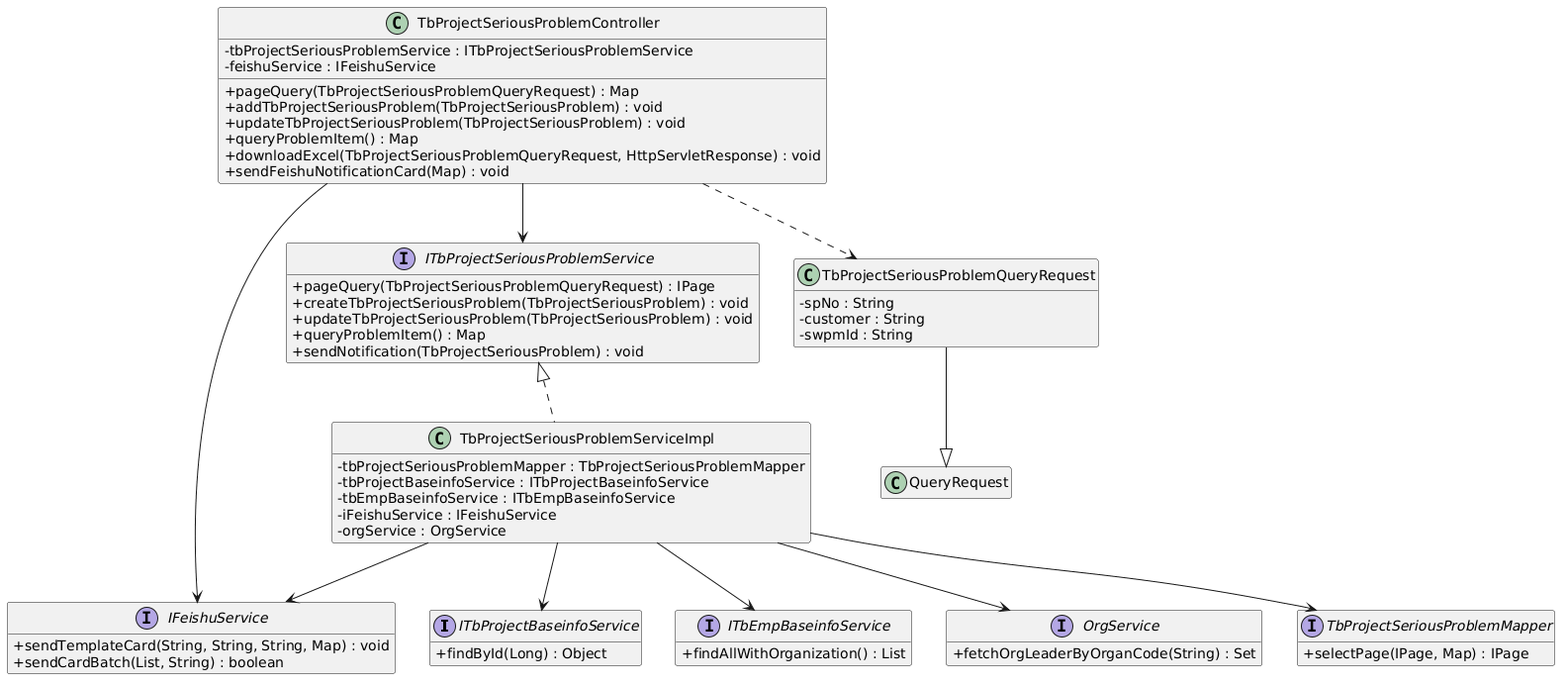
Above: imgs/cLass/重大问题管理类图.png in Moon-Knight1/SEU-Graduation-Thesis-Template (PlantUML), before the change.
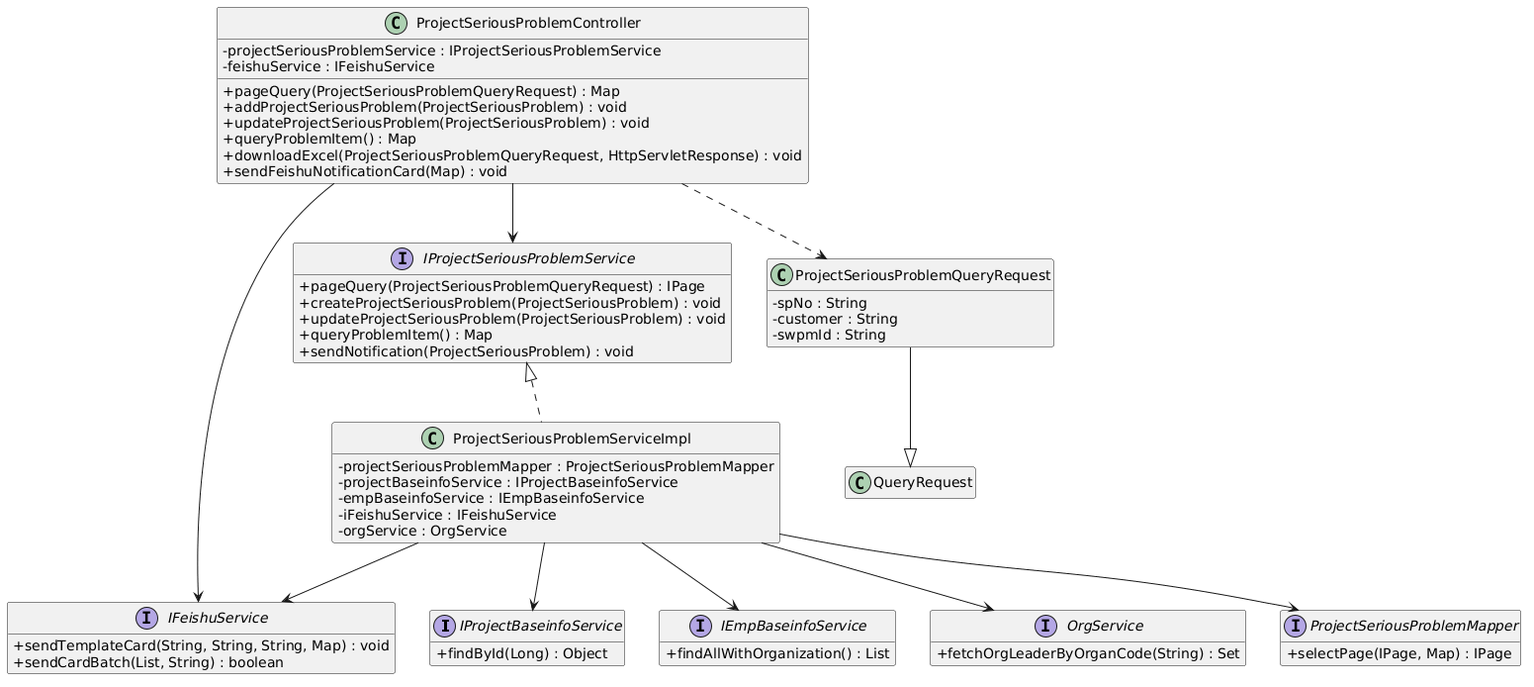
Above is the later version.

Diff of the diagram source:
```diff
@@ -2,11 +2,11 @@
 skinparam classAttributeIconSize 0
 hide empty members
 
-interface ITbProjectBaseinfoService {
+interface IProjectBaseinfoService {
   + findById(Long) : Object
 }
 
-interface ITbEmpBaseinfoService {
+interface IEmpBaseinfoService {
     + findAllWithOrganization() : List
 }
 
@@ -19,56 +19,56 @@
     + sendCardBatch(List, String) : boolean
 }
 
-interface ITbProjectSeriousProblemService {
-    + pageQuery(TbProjectSeriousProblemQueryRequest) : IPage
-    + createTbProjectSeriousProblem(TbProjectSeriousProblem) : void
-    + updateTbProjectSeriousProblem(TbProjectSeriousProblem) : void
+interface IProjectSeriousProblemService {
+    + pageQuery(ProjectSeriousProblemQueryRequest) : IPage
+    + createProjectSeriousProblem(ProjectSeriousProblem) : void
+    + updateProjectSeriousProblem(ProjectSeriousProblem) : void
     + queryProblemItem() : Map
-    + sendNotification(TbProjectSeriousProblem) : void
+    + sendNotification(ProjectSeriousProblem) : void
 }
 
-interface TbProjectSeriousProblemMapper {
+interface ProjectSeriousProblemMapper {
   + selectPage(IPage, Map) : IPage
 }
 
-class TbProjectSeriousProblemController {
-    - tbProjectSeriousProblemService : ITbProjectSeriousProblemService
+class ProjectSeriousProblemController {
+    - projectSeriousProblemService : IProjectSeriousProblemService
     - feishuService : IFeishuService
-    + pageQuery(TbProjectSeriousProblemQueryRequest) : Map
-    + addTbProjectSeriousProblem(TbProjectSeriousProblem) : void
-    + updateTbProjectSeriousProblem(TbProjectSeriousProblem) : void
+    + pageQuery(ProjectSeriousProblemQueryRequest) : Map
+    + addProjectSeriousProblem(ProjectSeriousProblem) : void
+    + updateProjectSeriousProblem(ProjectSeriousProblem) : void
     + queryProblemItem() : Map
-    + downloadExcel(TbProjectSeriousProblemQueryRequest, HttpServletResponse) : void
+    + downloadExcel(ProjectSeriousProblemQueryRequest, HttpServletResponse) : void
     + sendFeishuNotificationCard(Map) : void
 }
 
-class TbProjectSeriousProblemServiceImpl {
-    - tbProjectSeriousProblemMapper : TbProjectSeriousProblemMapper
-    - tbProjectBaseinfoService : ITbProjectBaseinfoService
-    - tbEmpBaseinfoService : ITbEmpBaseinfoService
+class ProjectSeriousProblemServiceImpl {
+    - projectSeriousProblemMapper : ProjectSeriousProblemMapper
+    - projectBaseinfoService : IProjectBaseinfoService
+    - empBaseinfoService : IEmpBaseinfoService
     - iFeishuService : IFeishuService
     - orgService : OrgService
 }
 
 class QueryRequest {}
 
-class TbProjectSeriousProblemQueryRequest {
+class ProjectSeriousProblemQueryRequest {
     - spNo : String
     - customer : String
     - swpmId : String
 }
 
-TbProjectSeriousProblemQueryRequest --|> QueryRequest
+ProjectSeriousProblemQueryRequest --|> QueryRequest
 
-TbProjectSeriousProblemController --> ITbProjectSeriousProblemService
-TbProjectSeriousProblemController --> IFeishuService
-TbProjectSeriousProblemController ..> TbProjectSeriousProblemQueryRequest
+ProjectSeriousProblemController --> IProjectSeriousProblemService
+ProjectSeriousProblemController --> IFeishuService
+ProjectSeriousProblemController ..> ProjectSeriousProblemQueryRequest
 
-ITbProjectSeriousProblemService <|.. TbProjectSeriousProblemServiceImpl
+IProjectSeriousProblemService <|.. ProjectSeriousProblemServiceImpl
 
-TbProjectSeriousProblemServiceImpl --> TbProjectSeriousProblemMapper
-TbProjectSeriousProblemServiceImpl --> ITbProjectBaseinfoService
-TbProjectSeriousProblemServiceImpl --> ITbEmpBaseinfoService
-TbProjectSeriousProblemServiceImpl --> IFeishuService
-TbProjectSeriousProblemServiceImpl --> OrgService
+ProjectSeriousProblemServiceImpl --> ProjectSeriousProblemMapper
+ProjectSeriousProblemServiceImpl --> IProjectBaseinfoService
+ProjectSeriousProblemServiceImpl --> IEmpBaseinfoService
+ProjectSeriousProblemServiceImpl --> IFeishuService
+ProjectSeriousProblemServiceImpl --> OrgService
 @enduml
```
